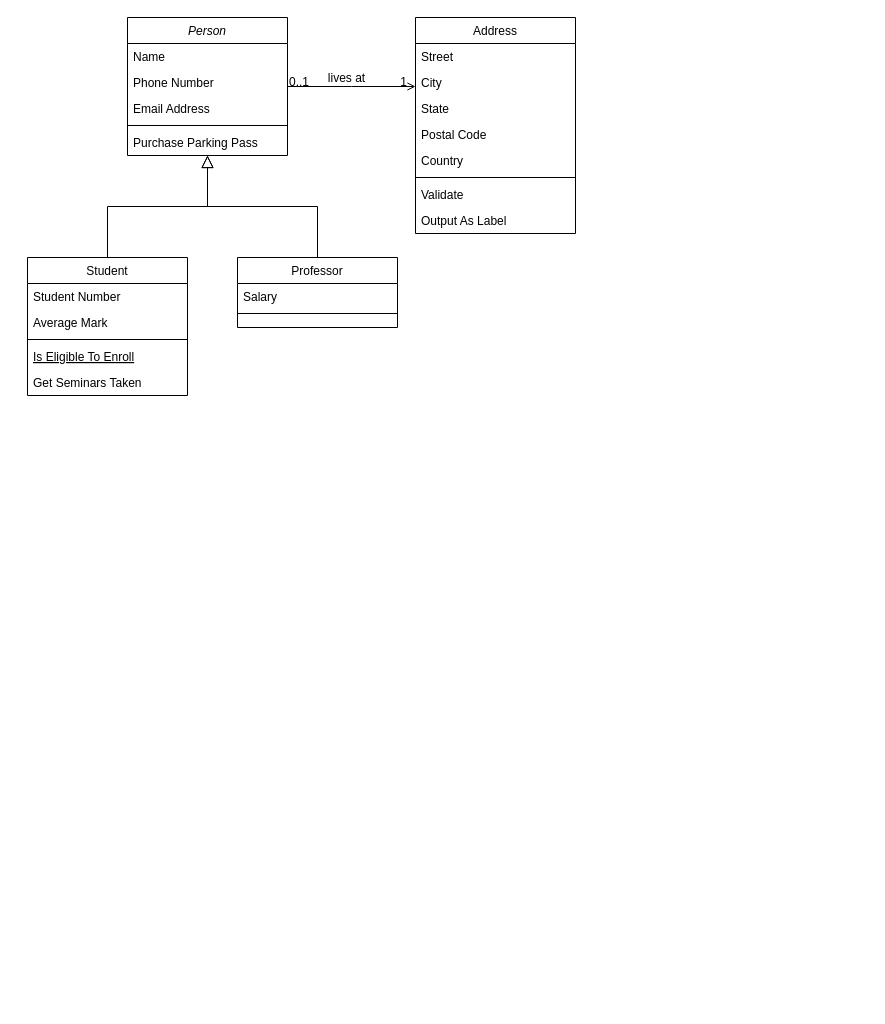
Earlier version of the draw.io diagram 1. Introducao a Programacao/1.1. Dvividindo X por Y/Untitled Diagram.drawio (NayaraPero/Desafios-Boptcamp-Javascript). Source tidied: cells renumbered, new cells numbered last; positions are measured from the earlier drawing's top-left corner, leaving out a move shared by most shapes. Both pictures are drawn from the tidied source at 100%, with x=0, y=0 at pixel (27, 17).
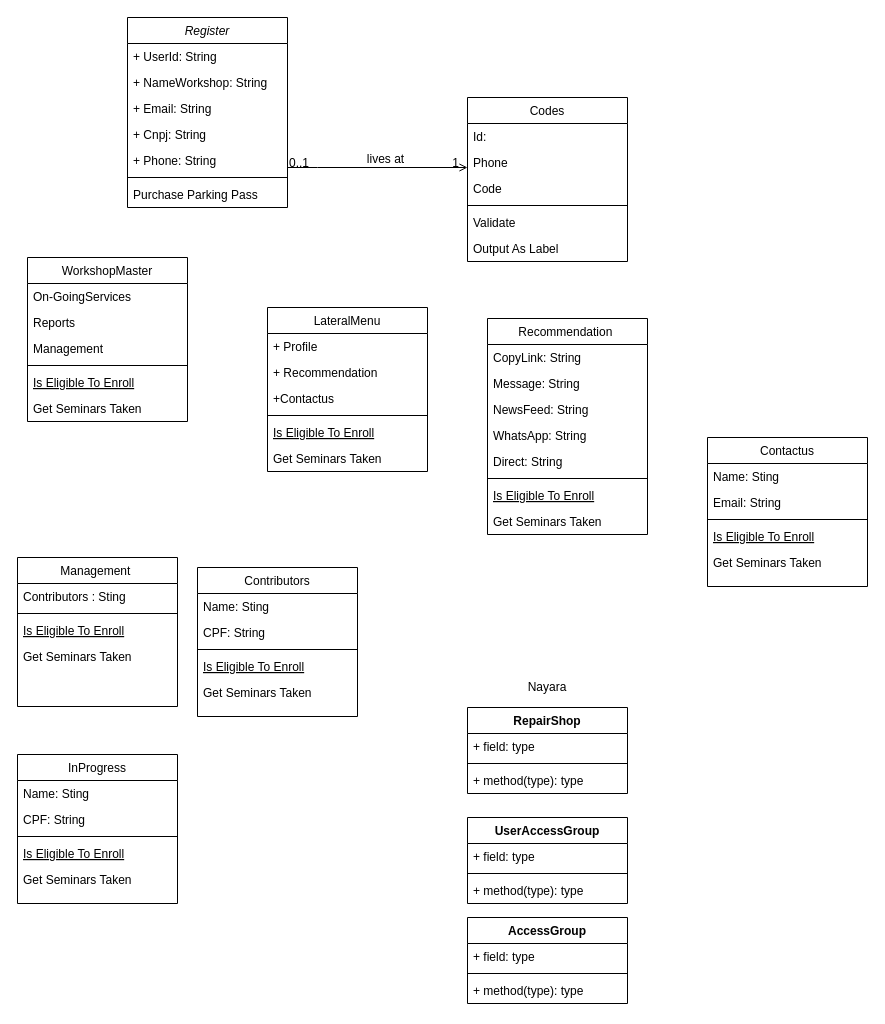
After the change.

Diff of the diagram source:
```diff
@@
-    <mxCell id="2" value="Person" style="swimlane;fontStyle=2;align=center;verticalAlign=top;horizontal=1;startSize=26;rounded=0;shadow=0;strokeWidth=1;" parent="1" vertex="1">
-      <mxGeometry x="100" width="160" height="138" as="geometry" />
+    <mxCell id="2" value="Register" style="swimlane;fontStyle=2;align=center;verticalAlign=top;horizontal=1;startSize=26;rounded=0;shadow=0;strokeWidth=1;" parent="1" vertex="1">
+      <mxGeometry x="100" width="160" height="190" as="geometry" />
     </mxCell>
-    <mxCell id="3" value="Name" style="text;align=left;verticalAlign=top;spacingLeft=4;spacingRight=4;overflow=hidden;" parent="2" vertex="1">
+    <mxCell id="3" value="+ UserId: String" style="text;align=left;verticalAlign=top;spacingLeft=4;spacingRight=4;overflow=hidden;" parent="2" vertex="1">
       <mxGeometry y="26" width="160" height="26" as="geometry" />
     </mxCell>
-    <mxCell id="4" value="Phone Number" style="text;align=left;verticalAlign=top;spacingLeft=4;spacingRight=4;overflow=hidden;rounded=0;shadow=0;html=0;" parent="2" vertex="1">
+    <mxCell id="4" value="+ NameWorkshop: String " style="text;align=left;verticalAlign=top;spacingLeft=4;spacingRight=4;overflow=hidden;rounded=0;shadow=0;html=0;" parent="2" vertex="1">
       <mxGeometry y="52" width="160" height="26" as="geometry" />
     </mxCell>
-    <mxCell id="5" value="Email Address" style="text;align=left;verticalAlign=top;spacingLeft=4;spacingRight=4;overflow=hidden;rounded=0;shadow=0;html=0;" parent="2" vertex="1">
+    <mxCell id="5" value="+ Email: String" style="text;align=left;verticalAlign=top;spacingLeft=4;spacingRight=4;overflow=hidden;rounded=0;shadow=0;html=0;" parent="2" vertex="1">
       <mxGeometry y="78" width="160" height="26" as="geometry" />
     </mxCell>
+    <mxCell id="32" value="+ Cnpj: String" style="text;align=left;verticalAlign=top;spacingLeft=4;spacingRight=4;overflow=hidden;rounded=0;shadow=0;html=0;" parent="2" vertex="1">
+      <mxGeometry y="104" width="160" height="26" as="geometry" />
+    </mxCell>
+    <mxCell id="33" value="+ Phone: String" style="text;align=left;verticalAlign=top;spacingLeft=4;spacingRight=4;overflow=hidden;rounded=0;shadow=0;html=0;" parent="2" vertex="1">
+      <mxGeometry y="130" width="160" height="26" as="geometry" />
+    </mxCell>
     <mxCell id="6" style="line;html=1;strokeWidth=1;align=left;verticalAlign=middle;spacingTop=-1;spacingLeft=3;spacingRight=3;labelPosition=right;" parent="2" vertex="1">
-      <mxGeometry y="104" width="160" height="8" as="geometry" />
+      <mxGeometry y="156" width="160" height="8" as="geometry" />
     </mxCell>
     <mxCell id="7" value="Purchase Parking Pass" style="text;align=left;verticalAlign=top;spacingLeft=4;spacingRight=4;overflow=hidden;" parent="2" vertex="1">
-      <mxGeometry y="112" width="160" height="26" as="geometry" />
+      <mxGeometry y="164" width="160" height="26" as="geometry" />
     </mxCell>
-    <mxCell id="8" value="Student" style="swimlane;fontStyle=0;align=center;verticalAlign=top;horizontal=1;startSize=26;rounded=0;shadow=0;strokeWidth=1;" parent="1" vertex="1">
-      <mxGeometry y="240" width="160" height="138" as="geometry" />
+    <mxCell id="8" value="WorkshopMaster" style="swimlane;fontStyle=0;align=center;verticalAlign=top;horizontal=1;startSize=26;rounded=0;shadow=0;strokeWidth=1;" parent="1" vertex="1">
+      <mxGeometry y="240" width="160" height="164" as="geometry" />
     </mxCell>
-    <mxCell id="9" value="Student Number" style="text;align=left;verticalAlign=top;spacingLeft=4;spacingRight=4;overflow=hidden;" parent="8" vertex="1">
-      <mxGeometry y="26" width="160" height="26" as="geometry" />
-    </mxCell>
-    <mxCell id="10" value="Average Mark" style="text;align=left;verticalAlign=top;spacingLeft=4;spacingRight=4;overflow=hidden;rounded=0;shadow=0;html=0;" parent="8" vertex="1">
-      <mxGeometry y="52" width="160" height="26" as="geometry" />
+    <mxCell id="10" value="On-GoingServices" style="text;align=left;verticalAlign=top;spacingLeft=4;spacingRight=4;overflow=hidden;rounded=0;shadow=0;html=0;" parent="8" vertex="1">
+      <mxGeometry y="26" width="160" height="26" as="geometry" />
     </mxCell>
+    <mxCell id="34" value="Reports" style="text;align=left;verticalAlign=top;spacingLeft=4;spacingRight=4;overflow=hidden;rounded=0;shadow=0;html=0;" parent="8" vertex="1">
+      <mxGeometry y="52" width="160" height="26" as="geometry" />
+    </mxCell>
+    <mxCell id="35" value="Management" style="text;align=left;verticalAlign=top;spacingLeft=4;spacingRight=4;overflow=hidden;rounded=0;shadow=0;html=0;" parent="8" vertex="1">
+      <mxGeometry y="78" width="160" height="26" as="geometry" />
+    </mxCell>
     <mxCell id="11" style="line;html=1;strokeWidth=1;align=left;verticalAlign=middle;spacingTop=-1;spacingLeft=3;spacingRight=3;labelPosition=right;" parent="8" vertex="1">
-      <mxGeometry y="78" width="160" height="8" as="geometry" />
+      <mxGeometry y="104" width="160" height="8" as="geometry" />
     </mxCell>
     <mxCell id="12" value="Is Eligible To Enroll" style="text;align=left;verticalAlign=top;spacingLeft=4;spacingRight=4;overflow=hidden;fontStyle=4;" parent="8" vertex="1">
-      <mxGeometry y="86" width="160" height="26" as="geometry" />
+      <mxGeometry y="112" width="160" height="26" as="geometry" />
     </mxCell>
     <mxCell id="13" value="Get Seminars Taken" style="text;align=left;verticalAlign=top;spacingLeft=4;spacingRight=4;overflow=hidden;" parent="8" vertex="1">
-      <mxGeometry y="112" width="160" height="26" as="geometry" />
+      <mxGeometry y="138" width="160" height="26" as="geometry" />
     </mxCell>
-    <mxCell id="14" style="endArrow=block;endSize=10;endFill=0;shadow=0;strokeWidth=1;rounded=0;edgeStyle=elbowEdgeStyle;elbow=vertical;" parent="1" edge="1" source="8" target="2">
-      <mxGeometry relative="1" as="geometry" />
-    </mxCell>
-    <mxCell id="15" value="Professor" style="swimlane;fontStyle=0;align=center;verticalAlign=top;horizontal=1;startSize=26;rounded=0;shadow=0;strokeWidth=1;" parent="1" vertex="1">
-      <mxGeometry x="210" y="240" width="160" height="70" as="geometry" />
-    </mxCell>
-    <mxCell id="16" value="Salary" style="text;align=left;verticalAlign=top;spacingLeft=4;spacingRight=4;overflow=hidden;" parent="15" vertex="1">
-      <mxGeometry y="26" width="160" height="26" as="geometry" />
-    </mxCell>
-    <mxCell id="17" style="line;html=1;strokeWidth=1;align=left;verticalAlign=middle;spacingTop=-1;spacingLeft=3;spacingRight=3;labelPosition=right;" parent="15" vertex="1">
-      <mxGeometry y="52" width="160" height="8" as="geometry" />
-    </mxCell>
-    <mxCell id="18" style="endArrow=block;endSize=10;endFill=0;shadow=0;strokeWidth=1;rounded=0;edgeStyle=elbowEdgeStyle;elbow=vertical;" parent="1" edge="1" source="15" target="2">
-      <mxGeometry relative="1" as="geometry" />
-    </mxCell>
-    <mxCell id="19" value="Address" style="swimlane;fontStyle=0;align=center;verticalAlign=top;horizontal=1;startSize=26;rounded=0;shadow=0;strokeWidth=1;" parent="1" vertex="1">
-      <mxGeometry x="388" width="160" height="216" as="geometry" />
+    <mxCell id="19" value="Codes" style="swimlane;fontStyle=0;align=center;verticalAlign=top;horizontal=1;startSize=26;rounded=0;shadow=0;strokeWidth=1;" parent="1" vertex="1">
+      <mxGeometry x="440" y="80" width="160" height="164" as="geometry" />
     </mxCell>
-    <mxCell id="20" value="Street" style="text;align=left;verticalAlign=top;spacingLeft=4;spacingRight=4;overflow=hidden;" parent="19" vertex="1">
+    <mxCell id="20" value="Id:" style="text;align=left;verticalAlign=top;spacingLeft=4;spacingRight=4;overflow=hidden;" parent="19" vertex="1">
       <mxGeometry y="26" width="160" height="26" as="geometry" />
     </mxCell>
-    <mxCell id="21" value="City" style="text;align=left;verticalAlign=top;spacingLeft=4;spacingRight=4;overflow=hidden;rounded=0;shadow=0;html=0;" parent="19" vertex="1">
-      <mxGeometry y="52" width="160" height="26" as="geometry" />
-    </mxCell>
-    <mxCell id="22" value="State" style="text;align=left;verticalAlign=top;spacingLeft=4;spacingRight=4;overflow=hidden;rounded=0;shadow=0;html=0;" parent="19" vertex="1">
-      <mxGeometry y="78" width="160" height="26" as="geometry" />
+    <mxCell id="22" value="Phone" style="text;align=left;verticalAlign=top;spacingLeft=4;spacingRight=4;overflow=hidden;rounded=0;shadow=0;html=0;" parent="19" vertex="1">
+      <mxGeometry y="52" width="160" height="26" as="geometry" />
     </mxCell>
-    <mxCell id="23" value="Postal Code" style="text;align=left;verticalAlign=top;spacingLeft=4;spacingRight=4;overflow=hidden;rounded=0;shadow=0;html=0;" parent="19" vertex="1">
-      <mxGeometry y="104" width="160" height="26" as="geometry" />
-    </mxCell>
-    <mxCell id="24" value="Country" style="text;align=left;verticalAlign=top;spacingLeft=4;spacingRight=4;overflow=hidden;rounded=0;shadow=0;html=0;" parent="19" vertex="1">
-      <mxGeometry y="130" width="160" height="26" as="geometry" />
-    </mxCell>
+    <mxCell id="36" value="Code" style="text;align=left;verticalAlign=top;spacingLeft=4;spacingRight=4;overflow=hidden;rounded=0;shadow=0;html=0;" parent="19" vertex="1">
+      <mxGeometry y="78" width="160" height="26" as="geometry" />
+    </mxCell>
     <mxCell id="25" style="line;html=1;strokeWidth=1;align=left;verticalAlign=middle;spacingTop=-1;spacingLeft=3;spacingRight=3;labelPosition=right;" parent="19" vertex="1">
-      <mxGeometry y="156" width="160" height="8" as="geometry" />
+      <mxGeometry y="104" width="160" height="8" as="geometry" />
     </mxCell>
     <mxCell id="26" value="Validate" style="text;align=left;verticalAlign=top;spacingLeft=4;spacingRight=4;overflow=hidden;" parent="19" vertex="1">
-      <mxGeometry y="164" width="160" height="26" as="geometry" />
+      <mxGeometry y="112" width="160" height="26" as="geometry" />
     </mxCell>
     <mxCell id="27" value="Output As Label" style="text;align=left;verticalAlign=top;spacingLeft=4;spacingRight=4;overflow=hidden;" parent="19" vertex="1">
-      <mxGeometry y="190" width="160" height="26" as="geometry" />
+      <mxGeometry y="138" width="160" height="26" as="geometry" />
     </mxCell>
     <mxCell id="28" style="endArrow=open;shadow=0;strokeWidth=1;rounded=0;endFill=1;edgeStyle=elbowEdgeStyle;elbow=vertical;" parent="1" edge="1" source="2" target="19">
       <mxGeometry x="0.5" y="41" relative="1" as="geometry">
+        <Array as="points">
+          <mxPoint x="290" y="150" />
+        </Array>
         <mxPoint x="-40" y="32" as="offset" />
       </mxGeometry>
     </mxCell>
@@
+    <mxCell id="37" value="LateralMenu" style="swimlane;fontStyle=0;align=center;verticalAlign=top;horizontal=1;startSize=26;rounded=0;shadow=0;strokeWidth=1;" parent="1" vertex="1">
+      <mxGeometry x="240" y="290" width="160" height="164" as="geometry" />
+    </mxCell>
+    <mxCell id="38" value="+ Profile" style="text;align=left;verticalAlign=top;spacingLeft=4;spacingRight=4;overflow=hidden;rounded=0;shadow=0;html=0;" parent="37" vertex="1">
+      <mxGeometry y="26" width="160" height="26" as="geometry" />
+    </mxCell>
+    <mxCell id="39" value="+ Recommendation" style="text;align=left;verticalAlign=top;spacingLeft=4;spacingRight=4;overflow=hidden;rounded=0;shadow=0;html=0;" parent="37" vertex="1">
+      <mxGeometry y="52" width="160" height="26" as="geometry" />
+    </mxCell>
+    <mxCell id="40" value="+Contactus" style="text;align=left;verticalAlign=top;spacingLeft=4;spacingRight=4;overflow=hidden;rounded=0;shadow=0;html=0;" parent="37" vertex="1">
+      <mxGeometry y="78" width="160" height="26" as="geometry" />
+    </mxCell>
+    <mxCell id="41" style="line;html=1;strokeWidth=1;align=left;verticalAlign=middle;spacingTop=-1;spacingLeft=3;spacingRight=3;labelPosition=right;" parent="37" vertex="1">
+      <mxGeometry y="104" width="160" height="8" as="geometry" />
+    </mxCell>
+    <mxCell id="42" value="Is Eligible To Enroll" style="text;align=left;verticalAlign=top;spacingLeft=4;spacingRight=4;overflow=hidden;fontStyle=4;" parent="37" vertex="1">
+      <mxGeometry y="112" width="160" height="26" as="geometry" />
+    </mxCell>
+    <mxCell id="43" value="Get Seminars Taken" style="text;align=left;verticalAlign=top;spacingLeft=4;spacingRight=4;overflow=hidden;" parent="37" vertex="1">
+      <mxGeometry y="138" width="160" height="26" as="geometry" />
+    </mxCell>
+    <mxCell id="44" value="Recommendation " style="swimlane;fontStyle=0;align=center;verticalAlign=top;horizontal=1;startSize=26;rounded=0;shadow=0;strokeWidth=1;" parent="1" vertex="1">
+      <mxGeometry x="460" y="301" width="160" height="216" as="geometry" />
+    </mxCell>
+    <mxCell id="45" value="CopyLink: String" style="text;align=left;verticalAlign=top;spacingLeft=4;spacingRight=4;overflow=hidden;rounded=0;shadow=0;html=0;" parent="44" vertex="1">
+      <mxGeometry y="26" width="160" height="26" as="geometry" />
+    </mxCell>
+    <mxCell id="46" value="Message: String" style="text;align=left;verticalAlign=top;spacingLeft=4;spacingRight=4;overflow=hidden;rounded=0;shadow=0;html=0;" parent="44" vertex="1">
+      <mxGeometry y="52" width="160" height="26" as="geometry" />
+    </mxCell>
+    <mxCell id="47" value="NewsFeed: String" style="text;align=left;verticalAlign=top;spacingLeft=4;spacingRight=4;overflow=hidden;rounded=0;shadow=0;html=0;" parent="44" vertex="1">
+      <mxGeometry y="78" width="160" height="26" as="geometry" />
+    </mxCell>
+    <mxCell id="48" value="WhatsApp: String" style="text;align=left;verticalAlign=top;spacingLeft=4;spacingRight=4;overflow=hidden;rounded=0;shadow=0;html=0;" parent="44" vertex="1">
+      <mxGeometry y="104" width="160" height="26" as="geometry" />
+    </mxCell>
+    <mxCell id="49" value="Direct: String" style="text;align=left;verticalAlign=top;spacingLeft=4;spacingRight=4;overflow=hidden;rounded=0;shadow=0;html=0;" parent="44" vertex="1">
+      <mxGeometry y="130" width="160" height="26" as="geometry" />
+    </mxCell>
+    <mxCell id="50" style="line;html=1;strokeWidth=1;align=left;verticalAlign=middle;spacingTop=-1;spacingLeft=3;spacingRight=3;labelPosition=right;" parent="44" vertex="1">
+      <mxGeometry y="156" width="160" height="8" as="geometry" />
+    </mxCell>
+    <mxCell id="51" value="Is Eligible To Enroll" style="text;align=left;verticalAlign=top;spacingLeft=4;spacingRight=4;overflow=hidden;fontStyle=4;" parent="44" vertex="1">
+      <mxGeometry y="164" width="160" height="26" as="geometry" />
+    </mxCell>
+    <mxCell id="52" value="Get Seminars Taken" style="text;align=left;verticalAlign=top;spacingLeft=4;spacingRight=4;overflow=hidden;" parent="44" vertex="1">
+      <mxGeometry y="190" width="160" height="26" as="geometry" />
+    </mxCell>
+    <mxCell id="53" value="Contactus" style="swimlane;fontStyle=0;align=center;verticalAlign=top;horizontal=1;startSize=26;rounded=0;shadow=0;strokeWidth=1;" parent="1" vertex="1">
+      <mxGeometry x="680" y="420" width="160" height="149" as="geometry" />
+    </mxCell>
+    <mxCell id="54" value="Name: Sting " style="text;align=left;verticalAlign=top;spacingLeft=4;spacingRight=4;overflow=hidden;rounded=0;shadow=0;html=0;" parent="53" vertex="1">
+      <mxGeometry y="26" width="160" height="26" as="geometry" />
+    </mxCell>
+    <mxCell id="55" value="Email: String" style="text;align=left;verticalAlign=top;spacingLeft=4;spacingRight=4;overflow=hidden;rounded=0;shadow=0;html=0;" parent="53" vertex="1">
+      <mxGeometry y="52" width="160" height="26" as="geometry" />
+    </mxCell>
+    <mxCell id="56" style="line;html=1;strokeWidth=1;align=left;verticalAlign=middle;spacingTop=-1;spacingLeft=3;spacingRight=3;labelPosition=right;" parent="53" vertex="1">
+      <mxGeometry y="78" width="160" height="8" as="geometry" />
+    </mxCell>
+    <mxCell id="57" value="Is Eligible To Enroll" style="text;align=left;verticalAlign=top;spacingLeft=4;spacingRight=4;overflow=hidden;fontStyle=4;" parent="53" vertex="1">
+      <mxGeometry y="86" width="160" height="26" as="geometry" />
+    </mxCell>
+    <mxCell id="58" value="Get Seminars Taken" style="text;align=left;verticalAlign=top;spacingLeft=4;spacingRight=4;overflow=hidden;" parent="53" vertex="1">
+      <mxGeometry y="112" width="160" height="26" as="geometry" />
+    </mxCell>
+    <mxCell id="59" value="Management " style="swimlane;fontStyle=0;align=center;verticalAlign=top;horizontal=1;startSize=26;rounded=0;shadow=0;strokeWidth=1;" parent="1" vertex="1">
+      <mxGeometry x="-10" y="540" width="160" height="149" as="geometry" />
+    </mxCell>
+    <mxCell id="60" value="Contributors : Sting " style="text;align=left;verticalAlign=top;spacingLeft=4;spacingRight=4;overflow=hidden;rounded=0;shadow=0;html=0;" parent="59" vertex="1">
+      <mxGeometry y="26" width="160" height="26" as="geometry" />
+    </mxCell>
+    <mxCell id="17" style="line;html=1;strokeWidth=1;align=left;verticalAlign=middle;spacingTop=-1;spacingLeft=3;spacingRight=3;labelPosition=right;" parent="59" vertex="1">
+      <mxGeometry y="52" width="160" height="8" as="geometry" />
+    </mxCell>
+    <mxCell id="61" value="Is Eligible To Enroll" style="text;align=left;verticalAlign=top;spacingLeft=4;spacingRight=4;overflow=hidden;fontStyle=4;" parent="59" vertex="1">
+      <mxGeometry y="60" width="160" height="26" as="geometry" />
+    </mxCell>
+    <mxCell id="62" value="Get Seminars Taken" style="text;align=left;verticalAlign=top;spacingLeft=4;spacingRight=4;overflow=hidden;" parent="59" vertex="1">
+      <mxGeometry y="86" width="160" height="26" as="geometry" />
+    </mxCell>
+    <mxCell id="63" value="RepairShop" style="swimlane;fontStyle=1;align=center;verticalAlign=top;horizontal=1;startSize=26;" parent="1" vertex="1">
+      <mxGeometry x="440" y="690" width="160" height="86" as="geometry" />
+    </mxCell>
+    <mxCell id="64" value="+ field: type" style="text;strokeColor=none;fillColor=none;align=left;verticalAlign=top;spacingLeft=4;spacingRight=4;overflow=hidden;" parent="63" vertex="1">
+      <mxGeometry y="26" width="160" height="26" as="geometry" />
+    </mxCell>
+    <mxCell id="65" style="line;strokeWidth=1;fillColor=none;align=left;verticalAlign=middle;spacingTop=-1;spacingLeft=3;spacingRight=3;labelPosition=right;" parent="63" vertex="1">
+      <mxGeometry y="52" width="160" height="8" as="geometry" />
+    </mxCell>
+    <mxCell id="66" value="+ method(type): type" style="text;strokeColor=none;fillColor=none;align=left;verticalAlign=top;spacingLeft=4;spacingRight=4;overflow=hidden;" parent="63" vertex="1">
+      <mxGeometry y="60" width="160" height="26" as="geometry" />
+    </mxCell>
+    <mxCell id="67" value="AccessGroup" style="swimlane;fontStyle=1;align=center;verticalAlign=top;horizontal=1;startSize=26;" parent="1" vertex="1">
+      <mxGeometry x="440" y="900" width="160" height="86" as="geometry" />
+    </mxCell>
+    <mxCell id="68" value="+ field: type" style="text;strokeColor=none;fillColor=none;align=left;verticalAlign=top;spacingLeft=4;spacingRight=4;overflow=hidden;" parent="67" vertex="1">
+      <mxGeometry y="26" width="160" height="26" as="geometry" />
+    </mxCell>
+    <mxCell id="69" style="line;strokeWidth=1;fillColor=none;align=left;verticalAlign=middle;spacingTop=-1;spacingLeft=3;spacingRight=3;labelPosition=right;" parent="67" vertex="1">
+      <mxGeometry y="52" width="160" height="8" as="geometry" />
+    </mxCell>
+    <mxCell id="70" value="+ method(type): type" style="text;strokeColor=none;fillColor=none;align=left;verticalAlign=top;spacingLeft=4;spacingRight=4;overflow=hidden;" parent="67" vertex="1">
+      <mxGeometry y="60" width="160" height="26" as="geometry" />
+    </mxCell>
+    <mxCell id="71" value="UserAccessGroup" style="swimlane;fontStyle=1;align=center;verticalAlign=top;horizontal=1;startSize=26;" parent="1" vertex="1">
+      <mxGeometry x="440" y="800" width="160" height="86" as="geometry" />
+    </mxCell>
+    <mxCell id="72" value="+ field: type" style="text;strokeColor=none;fillColor=none;align=left;verticalAlign=top;spacingLeft=4;spacingRight=4;overflow=hidden;" parent="71" vertex="1">
+      <mxGeometry y="26" width="160" height="26" as="geometry" />
+    </mxCell>
+    <mxCell id="73" style="line;strokeWidth=1;fillColor=none;align=left;verticalAlign=middle;spacingTop=-1;spacingLeft=3;spacingRight=3;labelPosition=right;" parent="71" vertex="1">
+      <mxGeometry y="52" width="160" height="8" as="geometry" />
+    </mxCell>
+    <mxCell id="74" value="+ method(type): type" style="text;strokeColor=none;fillColor=none;align=left;verticalAlign=top;spacingLeft=4;spacingRight=4;overflow=hidden;" parent="71" vertex="1">
+      <mxGeometry y="60" width="160" height="26" as="geometry" />
+    </mxCell>
+    <mxCell id="75" value="Nayara" style="text;html=1;strokeColor=none;fillColor=none;align=center;verticalAlign=middle;whiteSpace=wrap;rounded=0;" parent="1" vertex="1">
+      <mxGeometry x="450" y="660" width="140" height="20" as="geometry" />
+    </mxCell>
+    <mxCell id="76" value="Contributors" style="swimlane;fontStyle=0;align=center;verticalAlign=top;horizontal=1;startSize=26;rounded=0;shadow=0;strokeWidth=1;" parent="1" vertex="1">
+      <mxGeometry x="170" y="550" width="160" height="149" as="geometry" />
+    </mxCell>
+    <mxCell id="77" value="Name: Sting " style="text;align=left;verticalAlign=top;spacingLeft=4;spacingRight=4;overflow=hidden;rounded=0;shadow=0;html=0;" parent="76" vertex="1">
+      <mxGeometry y="26" width="160" height="26" as="geometry" />
+    </mxCell>
+    <mxCell id="78" value="CPF: String" style="text;align=left;verticalAlign=top;spacingLeft=4;spacingRight=4;overflow=hidden;rounded=0;shadow=0;html=0;" parent="76" vertex="1">
+      <mxGeometry y="52" width="160" height="26" as="geometry" />
+    </mxCell>
+    <mxCell id="79" style="line;html=1;strokeWidth=1;align=left;verticalAlign=middle;spacingTop=-1;spacingLeft=3;spacingRight=3;labelPosition=right;" parent="76" vertex="1">
+      <mxGeometry y="78" width="160" height="8" as="geometry" />
+    </mxCell>
+    <mxCell id="80" value="Is Eligible To Enroll" style="text;align=left;verticalAlign=top;spacingLeft=4;spacingRight=4;overflow=hidden;fontStyle=4;" parent="76" vertex="1">
+      <mxGeometry y="86" width="160" height="26" as="geometry" />
+    </mxCell>
+    <mxCell id="81" value="Get Seminars Taken" style="text;align=left;verticalAlign=top;spacingLeft=4;spacingRight=4;overflow=hidden;" parent="76" vertex="1">
+      <mxGeometry y="112" width="160" height="26" as="geometry" />
+    </mxCell>
+    <mxCell id="82" value="InProgress" style="swimlane;fontStyle=0;align=center;verticalAlign=top;horizontal=1;startSize=26;rounded=0;shadow=0;strokeWidth=1;" parent="1" vertex="1">
+      <mxGeometry x="-10" y="737" width="160" height="149" as="geometry" />
+    </mxCell>
+    <mxCell id="83" value="Name: Sting " style="text;align=left;verticalAlign=top;spacingLeft=4;spacingRight=4;overflow=hidden;rounded=0;shadow=0;html=0;" parent="82" vertex="1">
+      <mxGeometry y="26" width="160" height="26" as="geometry" />
+    </mxCell>
+    <mxCell id="84" value="CPF: String" style="text;align=left;verticalAlign=top;spacingLeft=4;spacingRight=4;overflow=hidden;rounded=0;shadow=0;html=0;" parent="82" vertex="1">
+      <mxGeometry y="52" width="160" height="26" as="geometry" />
+    </mxCell>
+    <mxCell id="85" style="line;html=1;strokeWidth=1;align=left;verticalAlign=middle;spacingTop=-1;spacingLeft=3;spacingRight=3;labelPosition=right;" parent="82" vertex="1">
+      <mxGeometry y="78" width="160" height="8" as="geometry" />
+    </mxCell>
+    <mxCell id="86" value="Is Eligible To Enroll" style="text;align=left;verticalAlign=top;spacingLeft=4;spacingRight=4;overflow=hidden;fontStyle=4;" parent="82" vertex="1">
+      <mxGeometry y="86" width="160" height="26" as="geometry" />
+    </mxCell>
+    <mxCell id="87" value="Get Seminars Taken" style="text;align=left;verticalAlign=top;spacingLeft=4;spacingRight=4;overflow=hidden;" parent="82" vertex="1">
+      <mxGeometry y="112" width="160" height="26" as="geometry" />
+    </mxCell>
```
